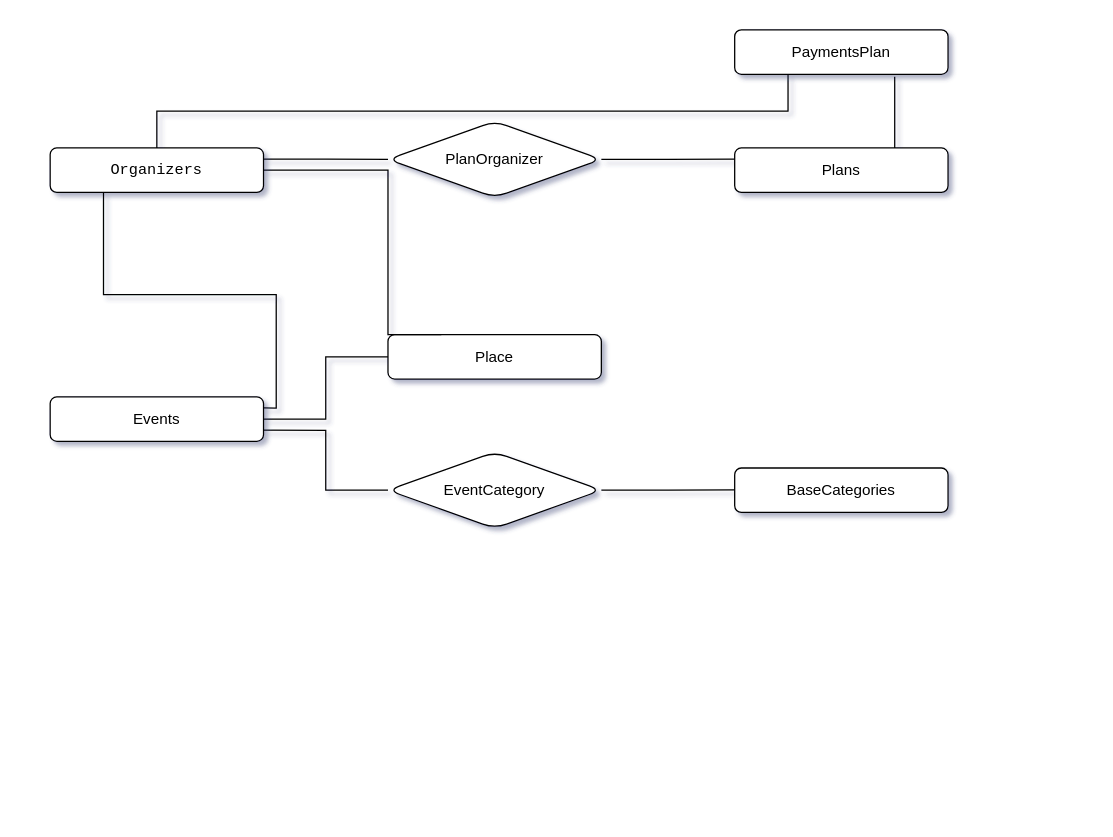
This is relacionamento.drawio from sandromaia87/crossfit, a draw.io file, before an edit. Source tidied: cells renumbered, new cells numbered last; positions are measured from the earlier drawing's top-left corner, leaving out a move shared by most shapes. Both pictures are drawn from the tidied source at 127%, with x=0, y=0 at pixel (50, 29).
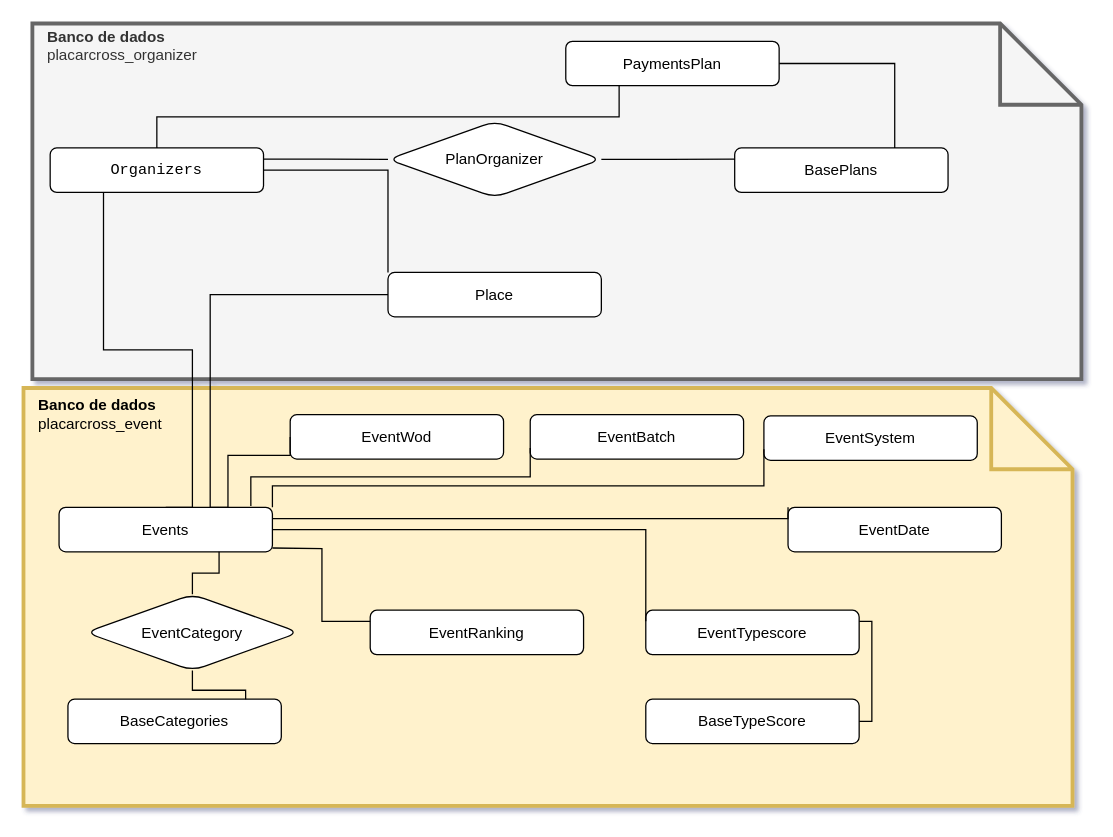
After the change.

The change refers to these unchanged cells:
```xml
<mxCell id="2" value="&lt;pre dir=&quot;ltr&quot; style=&quot;text-align:left&quot; id=&quot;tw-target-text&quot; class=&quot;tw-data-text tw-text-large tw-ta&quot;&gt;Organizers&lt;/pre&gt;" style="whiteSpace=wrap;html=1;align=center;rounded=1;" parent="1" vertex="1">
  <mxGeometry y="93" width="168" height="35" as="geometry" />
</mxCell>
```

Change to the diagram source:
```diff
@@
+    <mxCell id="19" value="&lt;div&gt;&amp;nbsp;&amp;nbsp;&lt;b&gt; Banco de dados&lt;/b&gt; &lt;br&gt;&lt;/div&gt;&lt;div&gt;&amp;nbsp;&amp;nbsp; placarcross_event&lt;br&gt;&lt;/div&gt;&lt;div&gt;&lt;br&gt;&lt;/div&gt;&lt;div&gt;&lt;br&gt;&lt;/div&gt;&lt;div&gt;&lt;br&gt;&lt;/div&gt;&lt;div&gt;&lt;br&gt;&lt;/div&gt;&lt;div&gt;&lt;br&gt;&lt;/div&gt;&lt;div&gt;&lt;br&gt;&lt;/div&gt;&lt;div&gt;&lt;br&gt;&lt;/div&gt;&lt;div&gt;&lt;br&gt;&lt;/div&gt;&lt;div&gt;&lt;br&gt;&lt;/div&gt;&lt;div&gt;&lt;br&gt;&lt;/div&gt;&lt;div&gt;&lt;br&gt;&lt;/div&gt;&lt;div&gt;&lt;br&gt;&lt;/div&gt;&lt;div&gt;&lt;br&gt;&lt;/div&gt;&lt;div&gt;&lt;br&gt;&lt;/div&gt;&lt;div&gt;&lt;br&gt;&lt;/div&gt;&lt;div&gt;&lt;br&gt;&lt;/div&gt;&lt;div&gt;&lt;br&gt;&lt;/div&gt;&lt;div&gt;&lt;br&gt;&lt;/div&gt;&lt;div&gt;&lt;br&gt;&lt;/div&gt;&lt;div&gt;&lt;br&gt;&lt;/div&gt;" style="shape=note;size=64;whiteSpace=wrap;html=1;align=left;fillColor=#fff2cc;strokeColor=#d6b656;strokeWidth=3;" parent="1" vertex="1">
+      <mxGeometry x="-21" y="282" width="826" height="329" as="geometry" />
+    </mxCell>
+    <mxCell id="20" value="&lt;div&gt;&amp;nbsp;&amp;nbsp;&lt;b&gt; Banco de dados&lt;/b&gt; &lt;br&gt;&lt;/div&gt;&lt;div&gt;&amp;nbsp;&amp;nbsp; placarcross_organizer&lt;br&gt;&lt;/div&gt;&lt;div&gt;&lt;br&gt;&lt;/div&gt;&lt;div&gt;&lt;br&gt;&lt;/div&gt;&lt;div&gt;&lt;br&gt;&lt;/div&gt;&lt;div&gt;&lt;br&gt;&lt;/div&gt;&lt;div&gt;&lt;br&gt;&lt;/div&gt;&lt;div&gt;&lt;br&gt;&lt;/div&gt;&lt;div&gt;&lt;br&gt;&lt;/div&gt;&lt;div&gt;&lt;br&gt;&lt;/div&gt;&lt;div&gt;&lt;br&gt;&lt;/div&gt;&lt;div&gt;&lt;br&gt;&lt;/div&gt;&lt;div&gt;&lt;br&gt;&lt;/div&gt;&lt;div&gt;&lt;br&gt;&lt;/div&gt;&lt;div&gt;&lt;br&gt;&lt;/div&gt;&lt;div&gt;&lt;br&gt;&lt;/div&gt;&lt;div&gt;&lt;br&gt;&lt;/div&gt;&lt;div&gt;&lt;br&gt;&lt;/div&gt;&lt;div&gt;&lt;br&gt;&lt;/div&gt;" style="shape=note;size=64;whiteSpace=wrap;html=1;align=left;fillColor=#f5f5f5;fontColor=#333333;strokeColor=#666666;gradientColor=none;strokeWidth=3;" parent="1" vertex="1">
+      <mxGeometry x="-14" y="-5" width="826" height="280" as="geometry" />
+    </mxCell>
@@
     <mxCell id="3" value="Events" style="whiteSpace=wrap;html=1;align=center;rounded=1;" parent="1" vertex="1">
-      <mxGeometry y="289" width="168" height="35" as="geometry" />
+      <mxGeometry x="7" y="376" width="168" height="35" as="geometry" />
     </mxCell>
-    <mxCell id="4" style="endArrow=none;html=1;rounded=0;exitX=1;exitY=0.25;exitDx=0;exitDy=0;entryX=0.25;entryY=1;entryDx=0;entryDy=0;edgeStyle=orthogonalEdgeStyle;" parent="1" edge="1" source="3" target="2">
-      <mxGeometry relative="1" as="geometry" />
+    <mxCell id="4" style="endArrow=none;html=1;rounded=0;exitX=0.5;exitY=0;exitDx=0;exitDy=0;entryX=0.25;entryY=1;entryDx=0;entryDy=0;edgeStyle=orthogonalEdgeStyle;" parent="1" edge="1" source="3" target="2">
+      <mxGeometry relative="1" as="geometry">
+        <Array as="points">
+          <mxPoint x="112" y="376" />
+          <mxPoint x="112" y="252" />
+          <mxPoint x="42" y="252" />
+        </Array>
+      </mxGeometry>
     </mxCell>
-    <mxCell id="5" value="&lt;div&gt;Plans&lt;/div&gt;" style="whiteSpace=wrap;html=1;align=center;rounded=1;" parent="1" vertex="1">
+    <mxCell id="5" value="&lt;div&gt;BasePlans&lt;/div&gt;" style="whiteSpace=wrap;html=1;align=center;rounded=1;" parent="1" vertex="1">
       <mxGeometry x="539" y="93" width="168" height="35" as="geometry" />
     </mxCell>
     <mxCell id="6" value="&lt;div&gt;Place&lt;/div&gt;" style="whiteSpace=wrap;html=1;align=center;rounded=1;" parent="1" vertex="1">
-      <mxGeometry x="266" y="240" width="168" height="35" as="geometry" />
+      <mxGeometry x="266" y="191" width="168" height="35" as="geometry" />
     </mxCell>
@@
     <mxCell id="10" value="&lt;div&gt;PaymentsPlan&lt;/div&gt;" style="whiteSpace=wrap;html=1;align=center;rounded=1;" parent="1" vertex="1">
-      <mxGeometry x="539" width="168" height="35" as="geometry" />
+      <mxGeometry x="406" y="9" width="168" height="35" as="geometry" />
     </mxCell>
-    <mxCell id="11" style="endArrow=none;html=1;rounded=0;exitX=0.75;exitY=0;exitDx=0;exitDy=0;edgeStyle=orthogonalEdgeStyle;" parent="1" edge="1" source="5">
-      <mxGeometry relative="1" as="geometry">
-        <mxPoint x="665" y="37" as="targetPoint" />
-      </mxGeometry>
+    <mxCell id="11" style="endArrow=none;html=1;rounded=0;exitX=0.75;exitY=0;exitDx=0;exitDy=0;edgeStyle=orthogonalEdgeStyle;entryX=1;entryY=0.5;entryDx=0;entryDy=0;" parent="1" edge="1" source="5" target="10">
+      <mxGeometry relative="1" as="geometry" />
     </mxCell>
@@
-    <mxCell id="13" style="endArrow=none;html=1;rounded=0;entryX=1;entryY=0.5;entryDx=0;entryDy=0;exitX=0.25;exitY=0;exitDx=0;exitDy=0;edgeStyle=orthogonalEdgeStyle;" parent="1" edge="1" source="6" target="2">
-      <mxGeometry relative="1" as="geometry">
-        <Array as="points">
-          <mxPoint x="266" y="240" />
-          <mxPoint x="266" y="111" />
-        </Array>
-      </mxGeometry>
+    <mxCell id="13" style="endArrow=none;html=1;rounded=0;entryX=1;entryY=0.5;entryDx=0;entryDy=0;edgeStyle=orthogonalEdgeStyle;exitX=0;exitY=0;exitDx=0;exitDy=0;" parent="1" edge="1" source="6" target="2">
+      <mxGeometry relative="1" as="geometry" />
     </mxCell>
-    <mxCell id="14" style="endArrow=none;html=1;rounded=0;entryX=1;entryY=0.5;entryDx=0;entryDy=0;exitX=0;exitY=0.5;exitDx=0;exitDy=0;edgeStyle=orthogonalEdgeStyle;" parent="1" edge="1" source="6" target="3">
-      <mxGeometry relative="1" as="geometry" />
+    <mxCell id="14" style="endArrow=none;html=1;rounded=0;entryX=0.75;entryY=0;entryDx=0;entryDy=0;exitX=0;exitY=0.5;exitDx=0;exitDy=0;edgeStyle=orthogonalEdgeStyle;" parent="1" edge="1" source="6" target="3">
+      <mxGeometry relative="1" as="geometry">
+        <Array as="points">
+          <mxPoint x="126" y="209" />
+          <mxPoint x="126" y="376" />
+        </Array>
+      </mxGeometry>
     </mxCell>
     <mxCell id="15" value="BaseCategories" style="whiteSpace=wrap;html=1;align=center;rounded=1;" parent="1" vertex="1">
-      <mxGeometry x="539" y="345" width="168" height="35" as="geometry" />
+      <mxGeometry x="14" y="527" width="168" height="35" as="geometry" />
     </mxCell>
-    <mxCell id="16" style="endArrow=none;html=1;rounded=0;entryX=0;entryY=0.5;entryDx=0;entryDy=0;exitX=1;exitY=0.75;exitDx=0;exitDy=0;edgeStyle=orthogonalEdgeStyle;" parent="1" edge="1" source="3" target="17">
+    <mxCell id="16" style="endArrow=none;html=1;rounded=0;entryX=0.5;entryY=0;entryDx=0;entryDy=0;exitX=0.75;exitY=1;exitDx=0;exitDy=0;edgeStyle=orthogonalEdgeStyle;" parent="1" edge="1" source="3" target="17">
       <mxGeometry relative="1" as="geometry" />
     </mxCell>
     <mxCell id="17" value="EventCategory" style="shape=rhombus;perimeter=rhombusPerimeter;whiteSpace=wrap;html=1;align=center;rounded=1;" parent="1" vertex="1">
-      <mxGeometry x="266" y="332.5" width="168" height="60" as="geometry" />
+      <mxGeometry x="28" y="444.5" width="168" height="60" as="geometry" />
     </mxCell>
-    <mxCell id="18" style="endArrow=none;html=1;rounded=0;entryX=0;entryY=0.25;entryDx=0;entryDy=0;exitX=1;exitY=0.5;exitDx=0;exitDy=0;edgeStyle=orthogonalEdgeStyle;" parent="1" edge="1" source="17">
+    <mxCell id="18" style="endArrow=none;html=1;rounded=0;entryX=0.833;entryY=0;entryDx=0;entryDy=0;exitX=0.5;exitY=1;exitDx=0;exitDy=0;edgeStyle=orthogonalEdgeStyle;entryPerimeter=0;" parent="1" edge="1" source="17" target="15">
       <mxGeometry relative="1" as="geometry">
-        <mxPoint x="539" y="362.2" as="targetPoint" />
+        <Array as="points">
+          <mxPoint x="112" y="520" />
+          <mxPoint x="154" y="520" />
+        </Array>
       </mxGeometry>
     </mxCell>
+    <mxCell id="21" value="EventWod" style="whiteSpace=wrap;html=1;align=center;rounded=1;" parent="1" vertex="1">
+      <mxGeometry x="189" y="303" width="168" height="35" as="geometry" />
+    </mxCell>
+    <mxCell id="22" style="endArrow=none;html=1;rounded=0;entryX=0.75;entryY=0;entryDx=0;entryDy=0;exitX=0;exitY=0.5;exitDx=0;exitDy=0;edgeStyle=orthogonalEdgeStyle;" parent="1" edge="1" source="21" target="3">
+      <mxGeometry relative="1" as="geometry">
+        <Array as="points">
+          <mxPoint x="140" y="335" />
+          <mxPoint x="140" y="376" />
+        </Array>
+      </mxGeometry>
+    </mxCell>
+    <mxCell id="23" value="EventBatch" style="whiteSpace=wrap;html=1;align=center;rounded=1;" parent="1" vertex="1">
+      <mxGeometry x="378" y="303" width="168" height="35" as="geometry" />
+    </mxCell>
+    <mxCell id="24" style="endArrow=none;html=1;rounded=0;entryX=0.899;entryY=-0.029;entryDx=0;entryDy=0;exitX=0;exitY=0.75;exitDx=0;exitDy=0;edgeStyle=orthogonalEdgeStyle;entryPerimeter=0;" parent="1" edge="1" source="23" target="3">
+      <mxGeometry relative="1" as="geometry">
+        <Array as="points">
+          <mxPoint x="378" y="352" />
+          <mxPoint x="158" y="352" />
+        </Array>
+      </mxGeometry>
+    </mxCell>
+    <mxCell id="25" value="EventSystem" style="whiteSpace=wrap;html=1;align=center;rounded=1;" parent="1" vertex="1">
+      <mxGeometry x="562" y="304" width="168" height="35" as="geometry" />
+    </mxCell>
+    <mxCell id="26" style="endArrow=none;html=1;rounded=0;entryX=1;entryY=0;entryDx=0;entryDy=0;exitX=0;exitY=0.75;exitDx=0;exitDy=0;edgeStyle=orthogonalEdgeStyle;" parent="1" edge="1" source="25" target="3">
+      <mxGeometry relative="1" as="geometry">
+        <Array as="points">
+          <mxPoint x="562" y="359" />
+          <mxPoint x="175" y="359" />
+        </Array>
+      </mxGeometry>
+    </mxCell>
+    <mxCell id="27" value="EventDate" style="whiteSpace=wrap;html=1;align=center;rounded=1;" parent="1" vertex="1">
+      <mxGeometry x="581" y="376" width="168" height="35" as="geometry" />
+    </mxCell>
+    <mxCell id="28" style="endArrow=none;html=1;rounded=0;exitX=0;exitY=0;exitDx=0;exitDy=0;edgeStyle=orthogonalEdgeStyle;entryX=1;entryY=0.25;entryDx=0;entryDy=0;" parent="1" edge="1">
+      <mxGeometry relative="1" as="geometry">
+        <mxPoint x="581" y="376" as="sourcePoint" />
+        <mxPoint x="175" y="384.8" as="targetPoint" />
+        <Array as="points">
+          <mxPoint x="581" y="385" />
+        </Array>
+      </mxGeometry>
+    </mxCell>
+    <mxCell id="29" value="EventRanking" style="whiteSpace=wrap;html=1;align=center;rounded=1;" parent="1" vertex="1">
+      <mxGeometry x="252" y="457" width="168" height="35" as="geometry" />
+    </mxCell>
+    <mxCell id="30" style="endArrow=none;html=1;rounded=0;entryX=0;entryY=0.25;entryDx=0;entryDy=0;edgeStyle=orthogonalEdgeStyle;" parent="1" edge="1" target="29">
+      <mxGeometry relative="1" as="geometry">
+        <mxPoint x="175" y="408" as="sourcePoint" />
+      </mxGeometry>
+    </mxCell>
+    <mxCell id="31" value="BaseTypeScore" style="whiteSpace=wrap;html=1;align=center;rounded=1;" parent="1" vertex="1">
+      <mxGeometry x="469" y="527" width="168" height="35" as="geometry" />
+    </mxCell>
+    <mxCell id="32" value="EventTypescore" style="whiteSpace=wrap;html=1;align=center;rounded=1;" parent="1" vertex="1">
+      <mxGeometry x="469" y="457" width="168" height="35" as="geometry" />
+    </mxCell>
+    <mxCell id="33" style="endArrow=none;html=1;rounded=0;entryX=0;entryY=0.25;entryDx=0;entryDy=0;edgeStyle=orthogonalEdgeStyle;exitX=1;exitY=0.5;exitDx=0;exitDy=0;" parent="1" edge="1" source="3" target="32">
+      <mxGeometry relative="1" as="geometry">
+        <Array as="points">
+          <mxPoint x="469" y="394" />
+        </Array>
+      </mxGeometry>
+    </mxCell>
+    <mxCell id="34" style="endArrow=none;html=1;rounded=0;entryX=1;entryY=0.5;entryDx=0;entryDy=0;edgeStyle=orthogonalEdgeStyle;exitX=1;exitY=0.25;exitDx=0;exitDy=0;" parent="1" edge="1" source="32" target="31">
+      <mxGeometry relative="1" as="geometry" />
+    </mxCell>
```
